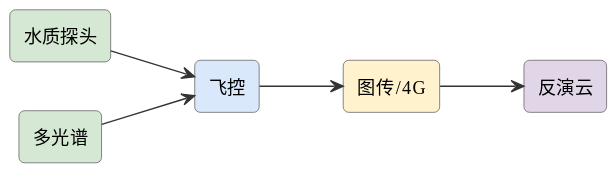
mingyi0818/IntelligentMcuCourse keeps this PlantUML diagram as assets/diagrams/ideas-fig37.svg. Above is the earlier version.
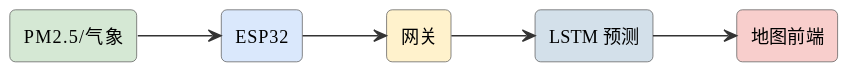
The same file after the commit.

What changed in the source:
```diff
@@ -6,13 +6,13 @@
 skinparam arrowFontSize 11
 skinparam arrowColor #333
 left to right direction
-rectangle "水质探头" as probe #d5e8d4
-rectangle "多光谱" as cam #d5e8d4
-rectangle "飞控" as fc #dae8fc
-rectangle "图传/4G" as link #fff2cc
-rectangle "反演云" as cloud #e1d5e8
-probe --> fc
-cam --> fc
-fc --> link
-link --> cloud
+rectangle "PM2.5/气象" as s #d5e8d4
+rectangle "ESP32" as esp #dae8fc
+rectangle "网关" as gw #fff2cc
+rectangle "LSTM 预测" as ai #d3e0ea
+rectangle "地图前端" as map #f8cecc
+s --> esp
+esp --> gw
+gw --> ai
+ai --> map
 @enduml
```
